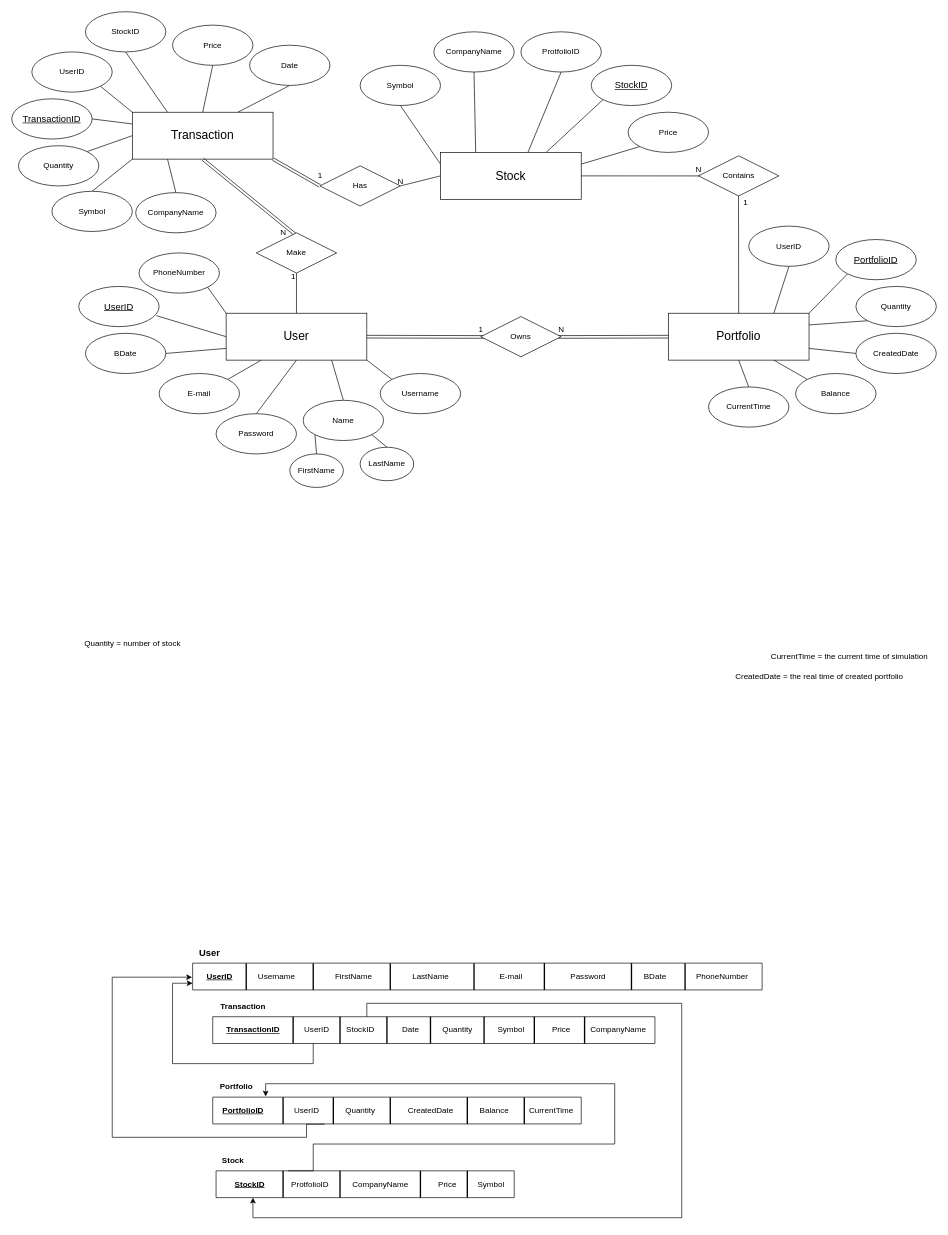
This is Diagrams/ER DIAGRAM.drawio from Abdulmohsen23/IS498, a draw.io file, before an edit. Source tidied: cells renumbered, new cells numbered last; positions are measured from the earlier drawing's top-left corner, leaving out a move shared by most shapes. Both pictures are drawn from the tidied source at 67%, with x=0, y=0 at pixel (11, 11).
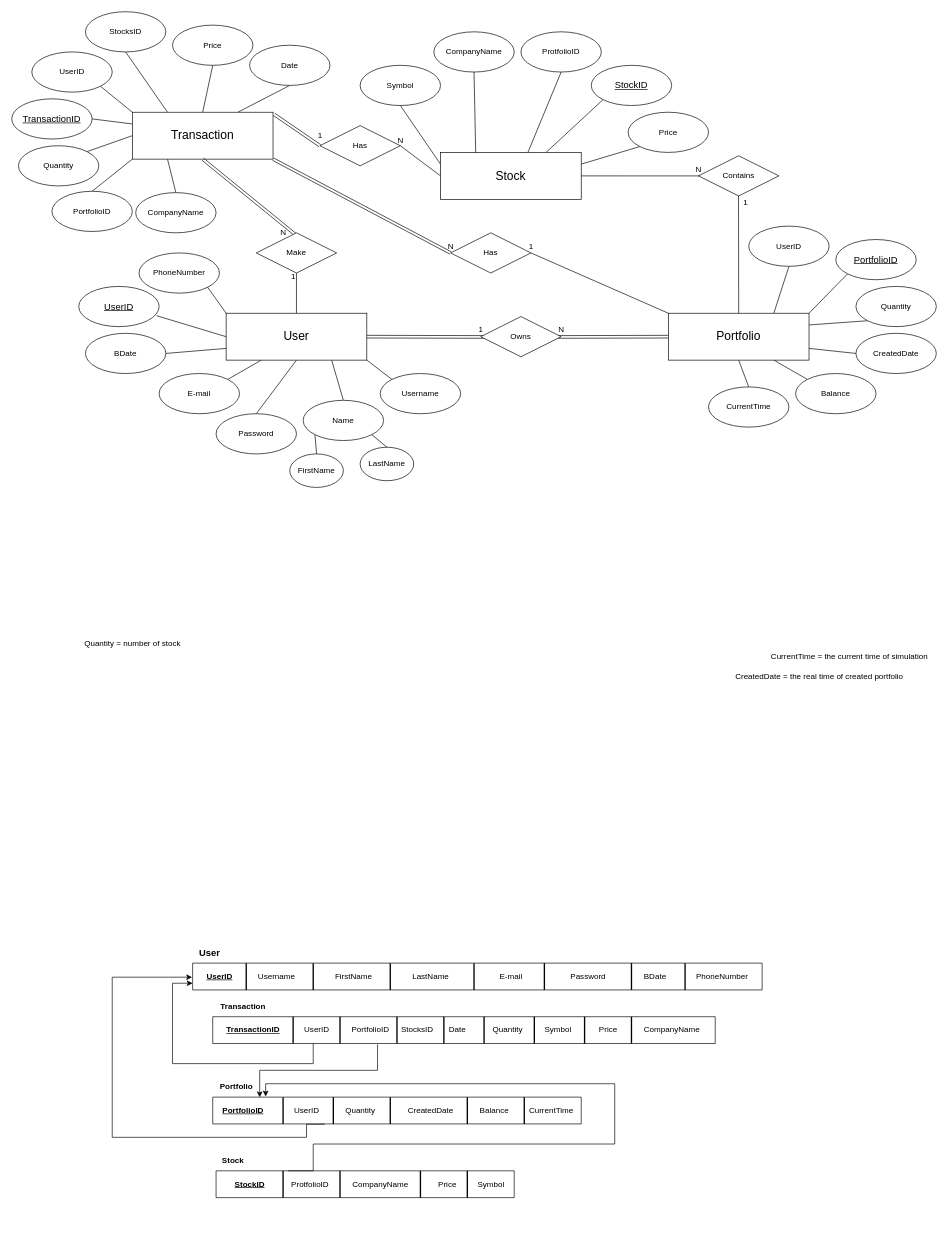
The same page after the edit.

The change refers to these unchanged cells:
```xml
<mxCell id="21" value="&lt;font style=&quot;font-size: 18px;&quot;&gt;Transaction&lt;/font&gt;" style="whiteSpace=wrap;html=1;align=center;" parent="1" vertex="1">
  <mxGeometry x="180" y="150" width="210" height="70" as="geometry" />
</mxCell>
<mxCell id="28" value="&lt;font style=&quot;font-size: 18px;&quot;&gt;Portfolio&lt;/font&gt;" style="whiteSpace=wrap;html=1;align=center;" parent="1" vertex="1">
  <mxGeometry x="980" y="450" width="210" height="70" as="geometry" />
</mxCell>
<mxCell id="123" value="&lt;b&gt;Portfolio&lt;/b&gt;" style="text;html=1;align=center;verticalAlign=middle;points=[];strokeColor=none;fillColor=none;" parent="1" vertex="1">
  <mxGeometry x="300" y="1590" width="70" height="30" as="geometry" />
</mxCell>
```

Change to the diagram source:
```diff
@@
+    <mxCell id="147" style="rounded=0;jettySize=auto;html=1;exitX=1;exitY=1;exitDx=0;exitDy=0;entryX=1;entryY=0.5;entryDx=0;entryDy=0;endArrow=none;endFill=0;shape=link;" parent="1" edge="1" source="21" target="152">
+      <mxGeometry relative="1" as="geometry" />
+    </mxCell>
@@
+    <mxCell id="148" style="rounded=0;jettySize=auto;html=1;exitX=0;exitY=0;exitDx=0;exitDy=0;entryX=0;entryY=0.5;entryDx=0;entryDy=0;endArrow=none;endFill=0;" parent="1" edge="1" source="28" target="152">
+      <mxGeometry relative="1" as="geometry" />
+    </mxCell>
@@
-    <mxCell id="68" value="Symbol" style="ellipse;whiteSpace=wrap;html=1;align=center;" parent="1" vertex="1">
+    <mxCell id="68" value="PortfolioID" style="ellipse;whiteSpace=wrap;html=1;align=center;" parent="1" vertex="1">
       <mxGeometry x="60" y="268" width="120" height="60" as="geometry" />
     </mxCell>
@@
-    <mxCell id="71" style="rounded=0;jettySize=auto;html=1;exitX=0;exitY=0.5;exitDx=0;exitDy=0;shape=link;" parent="1" edge="1" source="73">
-      <mxGeometry relative="1" as="geometry">
-        <mxPoint x="390" y="220" as="targetPoint" />
-      </mxGeometry>
+    <mxCell id="71" style="rounded=0;jettySize=auto;html=1;exitX=0;exitY=0.5;exitDx=0;exitDy=0;shape=link;entryX=1.007;entryY=0.045;entryDx=0;entryDy=0;entryPerimeter=0;" parent="1" edge="1" source="73" target="21">
+      <mxGeometry relative="1" as="geometry" />
     </mxCell>
@@
     <mxCell id="73" value="Has" style="shape=rhombus;perimeter=rhombusPerimeter;whiteSpace=wrap;html=1;align=center;" parent="1" vertex="1">
-      <mxGeometry x="460" y="230" width="120" height="60" as="geometry" />
+      <mxGeometry x="460" y="170" width="120" height="60" as="geometry" />
     </mxCell>
     <mxCell id="74" value="1" style="text;html=1;align=center;verticalAlign=middle;strokeColor=none;fillColor=none;" parent="1" vertex="1">
-      <mxGeometry x="445" y="230" width="30" height="30" as="geometry" />
+      <mxGeometry x="445" y="170" width="30" height="30" as="geometry" />
     </mxCell>
     <mxCell id="75" value="N" style="text;html=1;align=center;verticalAlign=middle;strokeColor=none;fillColor=none;" parent="1" vertex="1">
-      <mxGeometry x="565" y="238" width="30" height="30" as="geometry" />
+      <mxGeometry x="565" y="178" width="30" height="30" as="geometry" />
     </mxCell>
@@
     <mxCell id="94" style="verticalLabelPosition=bottom;verticalAlign=top;html=1;shape=mxgraph.basic.rect;fillColor2=none;strokeWidth=1;size=20;indent=0;flipV=1;flipH=1;" parent="1" vertex="1">
-      <mxGeometry x="300" y="1500" width="660" height="40" as="geometry" />
+      <mxGeometry x="300" y="1500" width="750" height="40" as="geometry" />
     </mxCell>
@@
     <mxCell id="100" style="line;strokeWidth=2;direction=south;html=1;" parent="1" vertex="1">
-      <mxGeometry x="555" y="1500" width="10" height="40" as="geometry" />
+      <mxGeometry x="570" y="1500" width="10" height="40" as="geometry" />
     </mxCell>
-    <mxCell id="101" value="StockID" style="text;html=1;align=center;verticalAlign=middle;strokeColor=none;fillColor=none;" parent="1" vertex="1">
-      <mxGeometry x="485" y="1505" width="70" height="30" as="geometry" />
+    <mxCell id="101" value="StocksID" style="text;html=1;align=center;verticalAlign=middle;strokeColor=none;fillColor=none;" parent="1" vertex="1">
+      <mxGeometry x="570" y="1505" width="70" height="30" as="geometry" />
     </mxCell>
     <mxCell id="102" style="line;strokeWidth=2;direction=south;html=1;" parent="1" vertex="1">
-      <mxGeometry x="620" y="1500" width="10" height="40" as="geometry" />
+      <mxGeometry x="640" y="1500" width="10" height="40" as="geometry" />
     </mxCell>
     <mxCell id="103" value="Date" style="text;html=1;align=center;verticalAlign=middle;strokeColor=none;fillColor=none;" parent="1" vertex="1">
-      <mxGeometry x="570" y="1505" width="50" height="30" as="geometry" />
+      <mxGeometry x="640" y="1505" width="50" height="30" as="geometry" />
     </mxCell>
@@
     <mxCell id="105" value="Quantity" style="text;html=1;align=center;verticalAlign=middle;strokeColor=none;fillColor=none;" parent="1" vertex="1">
-      <mxGeometry x="630" y="1505" width="70" height="30" as="geometry" />
+      <mxGeometry x="705" y="1505" width="70" height="30" as="geometry" />
     </mxCell>
@@
     <mxCell id="107" value="Symbol" style="text;html=1;align=center;verticalAlign=middle;strokeColor=none;fillColor=none;" parent="1" vertex="1">
-      <mxGeometry x="715" y="1505" width="60" height="30" as="geometry" />
+      <mxGeometry x="785" y="1505" width="60" height="30" as="geometry" />
     </mxCell>
     <mxCell id="108" value="CompanyName" style="text;html=1;align=center;verticalAlign=middle;strokeColor=none;fillColor=none;" parent="1" vertex="1">
-      <mxGeometry x="850" y="1505" width="110" height="30" as="geometry" />
+      <mxGeometry x="930" y="1505" width="110" height="30" as="geometry" />
     </mxCell>
@@
-    <mxCell id="135" style="endArrow=classic;html=1;rounded=0;edgeStyle=orthogonalEdgeStyle;exitX=0.601;exitY=0;exitDx=0;exitDy=0;exitPerimeter=0;" parent="1" edge="1">
-      <mxGeometry relative="1" as="geometry">
-        <mxPoint x="530" y="1500" as="sourcePoint" />
-        <mxPoint x="360" y="1770" as="targetPoint" />
-        <Array as="points">
-          <mxPoint x="530" y="1480" />
-          <mxPoint x="1000" y="1480" />
-          <mxPoint x="1000" y="1800" />
-          <mxPoint x="360" y="1800" />
-          <mxPoint x="360" y="1770" />
-        </Array>
-      </mxGeometry>
-    </mxCell>
@@
     <mxCell id="138" value="Price" style="text;html=1;align=center;verticalAlign=middle;strokeColor=none;fillColor=none;" parent="1" vertex="1">
-      <mxGeometry x="795" y="1505" width="50" height="30" as="geometry" />
+      <mxGeometry x="865" y="1505" width="50" height="30" as="geometry" />
     </mxCell>
-    <mxCell id="139" value="StockID" style="ellipse;whiteSpace=wrap;html=1;align=center;" parent="1" vertex="1">
+    <mxCell id="139" value="StocksID" style="ellipse;whiteSpace=wrap;html=1;align=center;" parent="1" vertex="1">
       <mxGeometry x="110" width="120" height="60" as="geometry" />
     </mxCell>
@@
+    <mxCell id="149" style="line;strokeWidth=2;direction=south;html=1;" parent="1" vertex="1">
+      <mxGeometry x="920" y="1500" width="10" height="40" as="geometry" />
+    </mxCell>
+    <mxCell id="150" value="PortfolioID" style="text;html=1;align=center;verticalAlign=middle;strokeColor=none;fillColor=none;" parent="1" vertex="1">
+      <mxGeometry x="495" y="1505" width="80" height="30" as="geometry" />
+    </mxCell>
+    <mxCell id="151" style="endArrow=classic;html=1;rounded=0;exitX=0.672;exitY=-0.035;exitDx=0;exitDy=0;exitPerimeter=0;edgeStyle=orthogonalEdgeStyle;entryX=1.002;entryY=1.006;entryDx=0;entryDy=0;entryPerimeter=0;" parent="1" edge="1" source="94" target="123">
+      <mxGeometry relative="1" as="geometry">
+        <Array as="points">
+          <mxPoint x="546" y="1580" />
+          <mxPoint x="370" y="1580" />
+        </Array>
+      </mxGeometry>
+    </mxCell>
+    <mxCell id="152" value="Has" style="shape=rhombus;perimeter=rhombusPerimeter;whiteSpace=wrap;html=1;align=center;direction=west;" parent="1" vertex="1">
+      <mxGeometry x="655" y="330" width="120" height="60" as="geometry" />
+    </mxCell>
+    <mxCell id="153" value="&lt;font style=&quot;font-size: 12px;&quot;&gt;N&lt;/font&gt;" style="text;html=1;align=center;verticalAlign=middle;strokeColor=none;fillColor=none;" parent="1" vertex="1">
+      <mxGeometry x="640" y="335" width="30" height="30" as="geometry" />
+    </mxCell>
+    <mxCell id="154" value="&lt;font style=&quot;font-size: 12px;&quot;&gt;1&lt;/font&gt;" style="text;html=1;align=center;verticalAlign=middle;strokeColor=none;fillColor=none;" parent="1" vertex="1">
+      <mxGeometry x="760" y="335" width="30" height="30" as="geometry" />
+    </mxCell>
```
